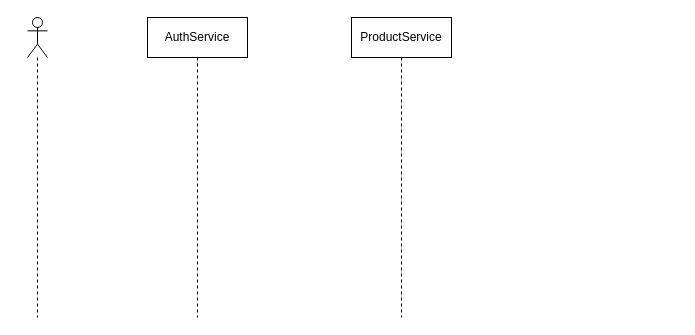
The draw.io diagram $diagrams/sequenceDiagram.product.drawio in jinyaoMa/product-currency-helper, before the edit. Source tidied: cells renumbered, new cells numbered last; positions are measured from the earlier drawing's top-left corner, leaving out a move shared by most shapes. Both pictures are drawn from the tidied source at 100%, with x=0, y=0 at pixel (27, 17).
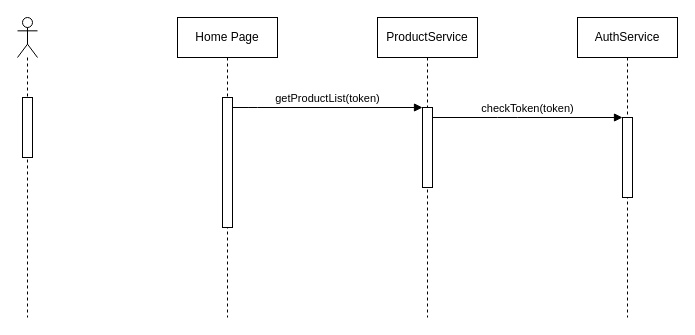
The same diagram, later.

What changed in the source:
```diff
@@
 <mxGraphModel>
   <root>
     <mxCell id="0" />
     <mxCell id="1" parent="0" />
     <mxCell id="2" style="shape=umlLifeline;participant=umlActor;perimeter=lifelinePerimeter;whiteSpace=wrap;html=1;verticalAlign=top;spacingTop=36;" parent="1" vertex="1">
-      <mxGeometry width="20" height="300" as="geometry" />
+      <mxGeometry x="-10" width="20" height="300" as="geometry" />
     </mxCell>
+    <mxCell id="5" style="html=1;perimeter=orthogonalPerimeter;" parent="2" vertex="1">
+      <mxGeometry x="5" y="80" width="10" height="60" as="geometry" />
+    </mxCell>
-    <mxCell id="3" value="AuthService" style="shape=umlLifeline;perimeter=lifelinePerimeter;whiteSpace=wrap;html=1;" parent="1" vertex="1">
-      <mxGeometry x="120" width="100" height="300" as="geometry" />
+    <mxCell id="3" value="Home Page" style="shape=umlLifeline;perimeter=lifelinePerimeter;whiteSpace=wrap;html=1;" parent="1" vertex="1">
+      <mxGeometry x="150" width="100" height="300" as="geometry" />
     </mxCell>
+    <mxCell id="6" style="html=1;points=[];perimeter=orthogonalPerimeter;" parent="3" vertex="1">
+      <mxGeometry x="45" y="80" width="10" height="130" as="geometry" />
+    </mxCell>
     <mxCell id="4" value="ProductService" style="shape=umlLifeline;perimeter=lifelinePerimeter;whiteSpace=wrap;html=1;" parent="1" vertex="1">
-      <mxGeometry x="324" width="100" height="300" as="geometry" />
+      <mxGeometry x="350" width="100" height="300" as="geometry" />
     </mxCell>
+    <mxCell id="7" style="html=1;points=[];perimeter=orthogonalPerimeter;" parent="4" vertex="1">
+      <mxGeometry x="45" y="90" width="10" height="80" as="geometry" />
+    </mxCell>
+    <mxCell id="8" value="getProductList(token)" style="html=1;verticalAlign=bottom;endArrow=block;" parent="1" edge="1" source="6" target="7">
+      <mxGeometry relative="1" as="geometry">
+        <Array as="points">
+          <mxPoint x="220" y="90" />
+        </Array>
+      </mxGeometry>
+    </mxCell>
+    <mxCell id="9" value="AuthService" style="shape=umlLifeline;perimeter=lifelinePerimeter;whiteSpace=wrap;html=1;" parent="1" vertex="1">
+      <mxGeometry x="550" width="100" height="300" as="geometry" />
+    </mxCell>
+    <mxCell id="10" style="html=1;points=[];perimeter=orthogonalPerimeter;" parent="9" vertex="1">
+      <mxGeometry x="45" y="100" width="10" height="80" as="geometry" />
+    </mxCell>
+    <mxCell id="11" value="checkToken(token)" style="html=1;verticalAlign=bottom;endArrow=block;" parent="1" edge="1" source="7" target="10">
+      <mxGeometry relative="1" as="geometry">
+        <Array as="points">
+          <mxPoint x="480" y="100" />
+        </Array>
+      </mxGeometry>
+    </mxCell>
   </root>
 </mxGraphModel>
```
